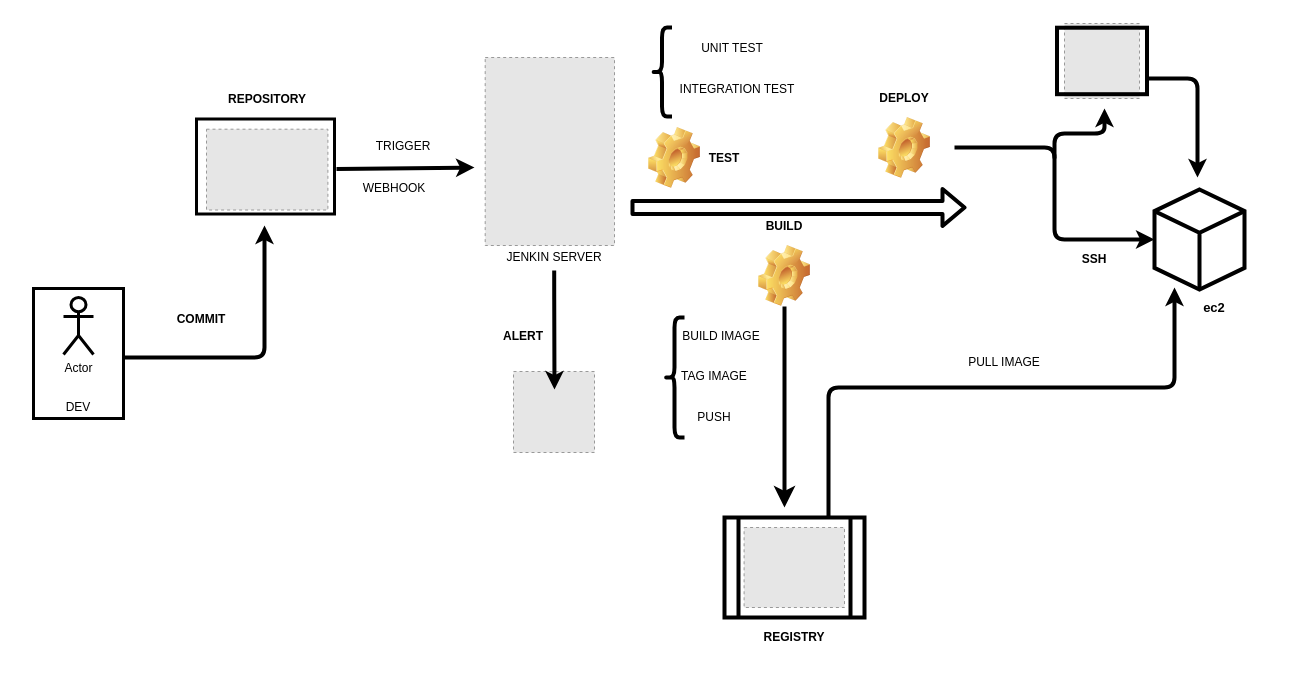
The draw.io diagram ci/ci-cd.drawio in quanhk711/dev-test-, before the edit. Source tidied: cells renumbered, new cells numbered last; positions are measured from the earlier drawing's top-left corner, leaving out a move shared by most shapes. Both pictures are drawn from the tidied source at 100%, with x=0, y=0 at pixel (13, 18). Pictures stored in the file or linked from it are replaced by grey dashed boxes.
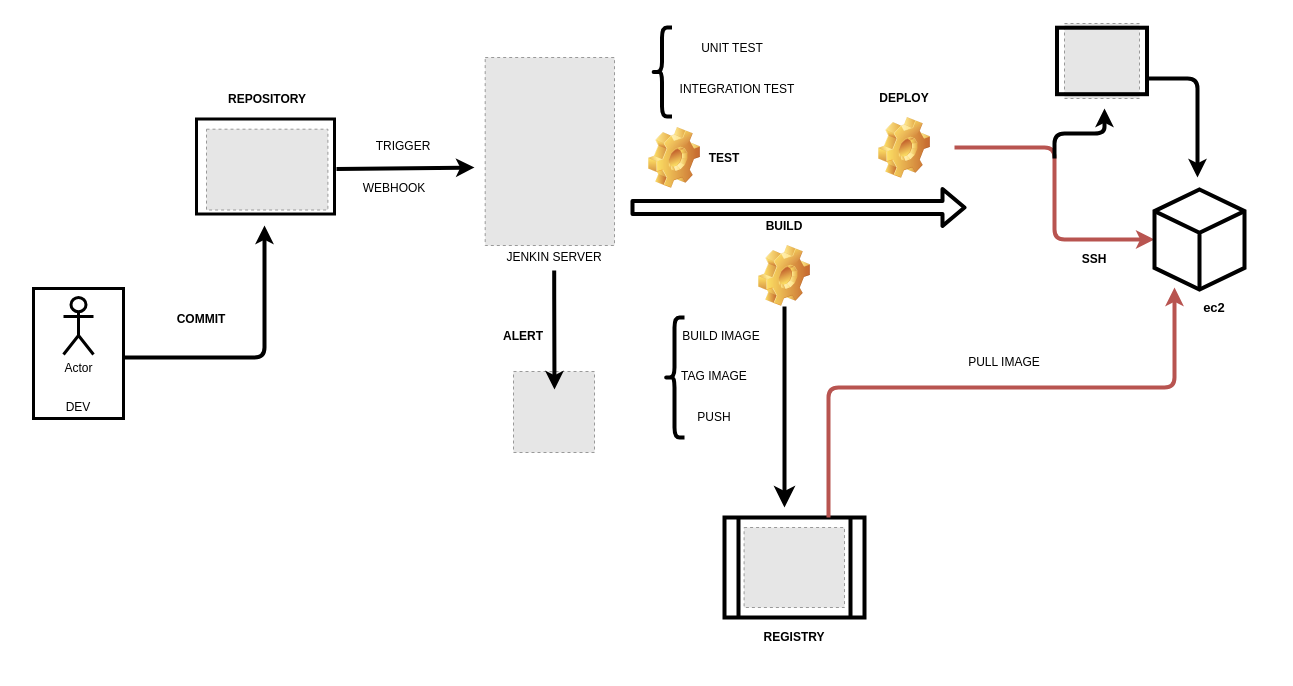
The same page after the edit.

The change refers to these unchanged cells:
```xml
<mxCell id="20" style="html=1;whiteSpace=wrap;shape=isoCube2;backgroundOutline=1;isoAngle=15;strokeWidth=4;" parent="1" vertex="1">
  <mxGeometry x="1141" y="171" width="90" height="100" as="geometry" />
</mxCell>
```

What changed in the source:
```diff
@@
-    <mxCell id="19" style="edgeStyle=elbowEdgeStyle;elbow=horizontal;endArrow=classic;html=1;strokeWidth=4;" parent="1" edge="1" target="20">
+    <mxCell id="19" style="edgeStyle=elbowEdgeStyle;elbow=horizontal;endArrow=classic;html=1;strokeWidth=4;fillColor=#f8cecc;strokeColor=#b85450;" parent="1" edge="1" target="20">
       <mxGeometry relative="1" as="geometry">
         <mxPoint x="941" y="129" as="sourcePoint" />
       </mxGeometry>
     </mxCell>
@@
-    <mxCell id="26" style="edgeStyle=elbowEdgeStyle;elbow=vertical;endArrow=classic;html=1;strokeWidth=4;" parent="1" edge="1">
+    <mxCell id="26" style="edgeStyle=elbowEdgeStyle;elbow=vertical;endArrow=classic;html=1;strokeWidth=4;fillColor=#f8cecc;strokeColor=#b85450;" parent="1" edge="1">
       <mxGeometry relative="1" as="geometry">
         <mxPoint x="815" y="499" as="sourcePoint" />
         <mxPoint x="1161" y="269" as="targetPoint" />
         <Array as="points">
           <mxPoint x="991" y="369" />
         </Array>
       </mxGeometry>
     </mxCell>
```
